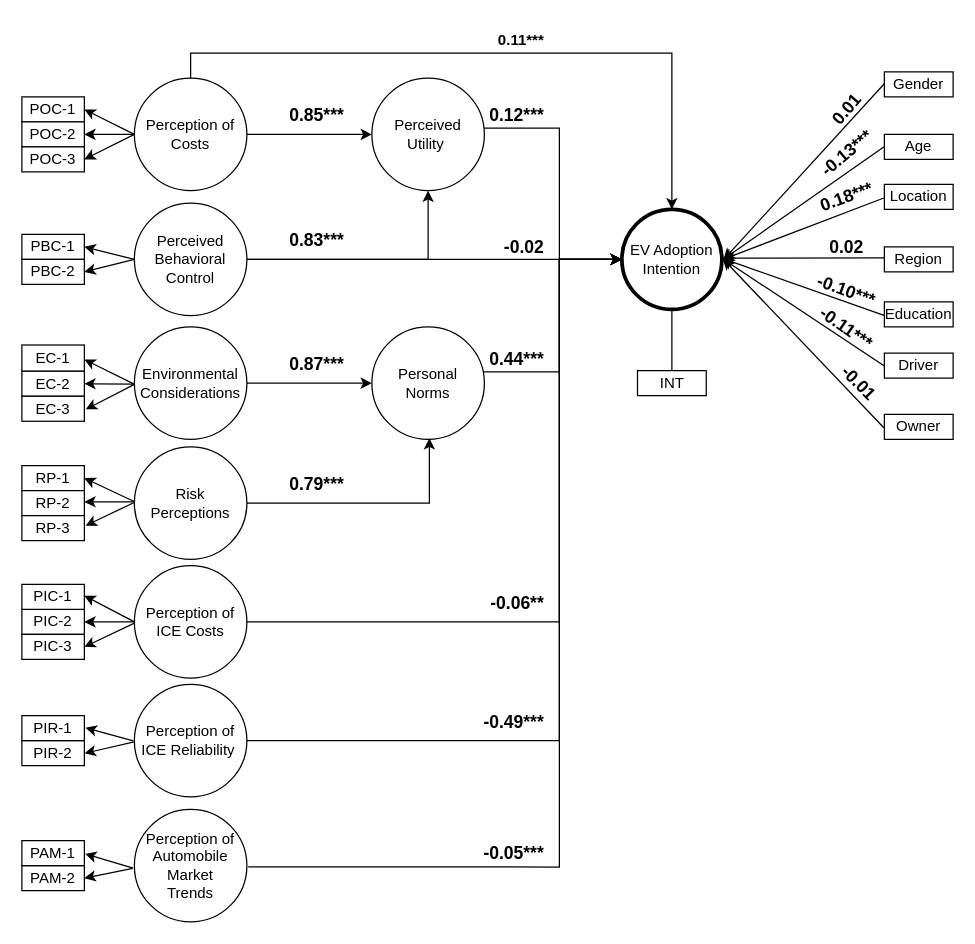
Earlier version of the draw.io diagram page "Page-1" (1 of 2) of final_path_diagram.drawio (ChullEPG/taxi-survey). Source tidied: cells renumbered, new cells numbered last; positions are measured from the earlier drawing's top-left corner, leaving out a move shared by most shapes. Both pictures are drawn from the tidied source at 125%, with x=0, y=0 at pixel (21, 21).
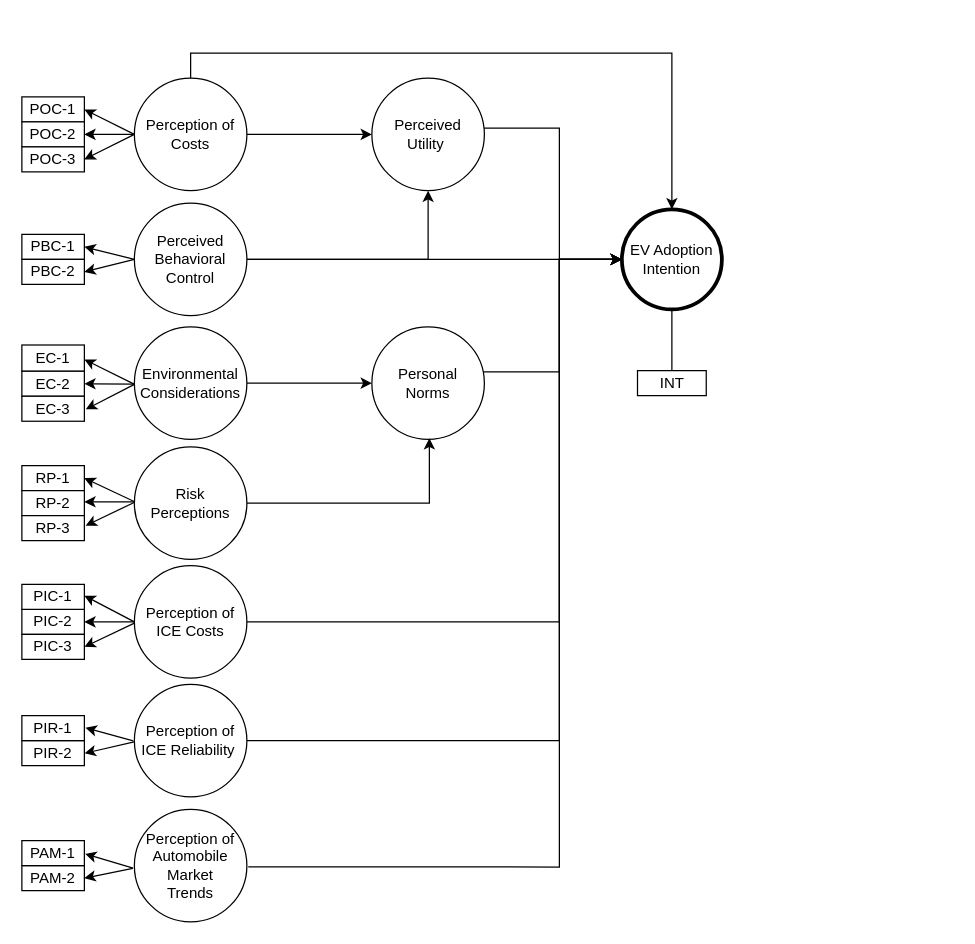
The same diagram, later.

The change refers to these unchanged cells:
```xml
<mxCell id="17" value="EV Adoption Intention" style="ellipse;whiteSpace=wrap;html=1;strokeWidth=3;" parent="1" vertex="1">
  <mxGeometry x="480" y="150" width="80" height="80" as="geometry" />
</mxCell>
```

Change to the diagram source:
```diff
@@
-    <mxCell id="2" value="0.01" style="text;strokeColor=none;align=center;fillColor=none;html=1;verticalAlign=middle;whiteSpace=wrap;rounded=0;rotation=-50;fontSize=14;fontStyle=1;" parent="1" vertex="1">
-      <mxGeometry x="630" y="55" width="60" height="30" as="geometry" />
-    </mxCell>
-    <mxCell id="3" value="-0.13***" style="text;strokeColor=none;align=center;fillColor=none;html=1;verticalAlign=middle;whiteSpace=wrap;rounded=0;rotation=-40;fontSize=14;fontStyle=1;" parent="1" vertex="1">
-      <mxGeometry x="630" y="90" width="60" height="30" as="geometry" />
-    </mxCell>
-    <mxCell id="4" value="0.18***" style="text;strokeColor=none;align=center;fillColor=none;html=1;verticalAlign=middle;whiteSpace=wrap;rounded=0;rotation=-20;fontSize=14;fontStyle=1;" parent="1" vertex="1">
-      <mxGeometry x="630" y="125" width="60" height="30" as="geometry" />
-    </mxCell>
-    <mxCell id="5" value="-0.10***" style="text;strokeColor=none;align=center;fillColor=none;html=1;verticalAlign=middle;whiteSpace=wrap;rounded=0;rotation=20;fontSize=14;fontStyle=1;" parent="1" vertex="1">
-      <mxGeometry x="630" y="200" width="60" height="30" as="geometry" />
-    </mxCell>
-    <mxCell id="6" value="0.02" style="text;strokeColor=none;align=center;fillColor=none;html=1;verticalAlign=middle;whiteSpace=wrap;rounded=0;rotation=0;fontSize=14;fontStyle=1;" parent="1" vertex="1">
-      <mxGeometry x="630" y="165" width="60" height="30" as="geometry" />
-    </mxCell>
-    <mxCell id="7" value="0.11***" style="text;align=right;html=1;verticalAlign=middle;whiteSpace=wrap;rounded=0;shadow=0;fillColor=default;gradientColor=none;opacity=60;fontStyle=1;" parent="1" vertex="1">
-      <mxGeometry x="360" width="60" height="30" as="geometry" />
-    </mxCell>
@@
-    <mxCell id="60" value="0.12***" style="text;strokeColor=none;align=right;fillColor=none;html=1;verticalAlign=middle;whiteSpace=wrap;rounded=0;fontStyle=1;fontSize=14;" parent="1" vertex="1">
-      <mxGeometry x="360" y="60" width="60" height="30" as="geometry" />
-    </mxCell>
-    <mxCell id="61" value="0.85***" style="text;strokeColor=none;align=right;fillColor=none;html=1;verticalAlign=middle;whiteSpace=wrap;rounded=0;fontStyle=1;fontSize=14;" parent="1" vertex="1">
-      <mxGeometry x="200" y="60" width="60" height="30" as="geometry" />
-    </mxCell>
-    <mxCell id="62" value="-0.02" style="text;strokeColor=none;align=right;fillColor=none;html=1;verticalAlign=middle;whiteSpace=wrap;rounded=0;fontStyle=1;fontSize=14;" parent="1" vertex="1">
-      <mxGeometry x="360" y="165" width="60" height="30" as="geometry" />
-    </mxCell>
-    <mxCell id="63" value="0.83***" style="text;strokeColor=none;align=right;fillColor=none;html=1;verticalAlign=middle;whiteSpace=wrap;rounded=0;fontStyle=1;fontSize=14;" parent="1" vertex="1">
-      <mxGeometry x="200" y="160" width="60" height="30" as="geometry" />
-    </mxCell>
-    <mxCell id="64" value="0.87***" style="text;strokeColor=none;align=right;fillColor=none;html=1;verticalAlign=middle;whiteSpace=wrap;rounded=0;fontStyle=1;fontSize=14;" parent="1" vertex="1">
-      <mxGeometry x="200" y="258.5" width="60" height="30" as="geometry" />
-    </mxCell>
-    <mxCell id="65" value="0.79***" style="text;strokeColor=none;align=right;fillColor=none;html=1;verticalAlign=middle;whiteSpace=wrap;rounded=0;fontStyle=1;fontSize=14;" parent="1" vertex="1">
-      <mxGeometry x="200" y="355" width="60" height="30" as="geometry" />
-    </mxCell>
-    <mxCell id="66" value="0.44***" style="text;strokeColor=none;align=right;fillColor=none;html=1;verticalAlign=middle;whiteSpace=wrap;rounded=0;fontStyle=1;fontSize=14;" parent="1" vertex="1">
-      <mxGeometry x="360" y="255" width="60" height="30" as="geometry" />
-    </mxCell>
-    <mxCell id="67" value="-0.49***" style="text;strokeColor=none;align=right;fillColor=none;html=1;verticalAlign=middle;whiteSpace=wrap;rounded=0;fontStyle=1;fontSize=14;" parent="1" vertex="1">
-      <mxGeometry x="360" y="545" width="60" height="30" as="geometry" />
-    </mxCell>
-    <mxCell id="68" value="-0.05***" style="text;strokeColor=none;align=right;fillColor=none;html=1;verticalAlign=middle;whiteSpace=wrap;rounded=0;fontStyle=1;fontSize=14;" parent="1" vertex="1">
-      <mxGeometry x="360" y="650" width="60" height="30" as="geometry" />
-    </mxCell>
-    <mxCell id="69" style="edgeStyle=none;rounded=0;jettySize=auto;html=1;entryX=1.016;entryY=0.504;entryDx=0;entryDy=0;entryPerimeter=0;exitX=-0.001;exitY=0.475;exitDx=0;exitDy=0;exitPerimeter=0;" parent="1" edge="1" source="70" target="17">
-      <mxGeometry relative="1" as="geometry" />
-    </mxCell>
-    <mxCell id="70" value="Gender" style="rounded=0;whiteSpace=wrap;html=1;" parent="1" vertex="1">
-      <mxGeometry x="690" y="40" width="55" height="20" as="geometry" />
-    </mxCell>
-    <mxCell id="71" style="edgeStyle=none;rounded=0;jettySize=auto;html=1;exitX=0.006;exitY=0.479;exitDx=0;exitDy=0;exitPerimeter=0;entryX=1.011;entryY=0.503;entryDx=0;entryDy=0;entryPerimeter=0;" parent="1" edge="1" source="72" target="17">
-      <mxGeometry relative="1" as="geometry" />
-    </mxCell>
-    <mxCell id="72" value="Age" style="rounded=0;whiteSpace=wrap;html=1;" parent="1" vertex="1">
-      <mxGeometry x="690" y="90" width="55" height="20" as="geometry" />
-    </mxCell>
-    <mxCell id="73" style="edgeStyle=none;rounded=0;jettySize=auto;html=1;entryX=1.009;entryY=0.501;entryDx=0;entryDy=0;entryPerimeter=0;exitX=-0.008;exitY=0.544;exitDx=0;exitDy=0;exitPerimeter=0;" parent="1" edge="1" source="74" target="17">
-      <mxGeometry relative="1" as="geometry" />
-    </mxCell>
-    <mxCell id="74" value="Location" style="rounded=0;whiteSpace=wrap;html=1;" parent="1" vertex="1">
-      <mxGeometry x="690" y="130" width="55" height="20" as="geometry" />
-    </mxCell>
-    <mxCell id="75" value="Region" style="rounded=0;whiteSpace=wrap;html=1;" parent="1" vertex="1">
-      <mxGeometry x="690" y="180" width="55" height="20" as="geometry" />
-    </mxCell>
-    <mxCell id="76" value="Education" style="rounded=0;whiteSpace=wrap;html=1;" parent="1" vertex="1">
-      <mxGeometry x="690" y="224" width="55" height="20" as="geometry" />
-    </mxCell>
-    <mxCell id="77" value="Driver" style="rounded=0;whiteSpace=wrap;html=1;" parent="1" vertex="1">
-      <mxGeometry x="690" y="265" width="55" height="20" as="geometry" />
-    </mxCell>
-    <mxCell id="78" value="Owner" style="rounded=0;whiteSpace=wrap;html=1;" parent="1" vertex="1">
-      <mxGeometry x="690" y="314" width="55" height="20" as="geometry" />
-    </mxCell>
-    <mxCell id="79" value="-0.11***" style="text;strokeColor=none;align=center;fillColor=none;html=1;verticalAlign=middle;whiteSpace=wrap;rounded=0;rotation=35;fontSize=14;fontStyle=1;" parent="1" vertex="1">
-      <mxGeometry x="630" y="230" width="60" height="30" as="geometry" />
-    </mxCell>
-    <mxCell id="80" value="-0.01" style="text;strokeColor=none;align=center;fillColor=none;html=1;verticalAlign=middle;whiteSpace=wrap;rounded=0;rotation=45;fontSize=14;fontStyle=1;" parent="1" vertex="1">
-      <mxGeometry x="640" y="274" width="60" height="30" as="geometry" />
-    </mxCell>
@@
-    <mxCell id="84" value="-0.06**" style="text;strokeColor=none;align=right;fillColor=none;html=1;verticalAlign=middle;whiteSpace=wrap;rounded=0;fontStyle=1;fontSize=14;" parent="1" vertex="1">
-      <mxGeometry x="360" y="450" width="60" height="30" as="geometry" />
-    </mxCell>
-    <mxCell id="85" style="edgeStyle=none;rounded=0;jettySize=auto;html=1;entryX=1.006;entryY=0.488;entryDx=0;entryDy=0;entryPerimeter=0;exitX=0.005;exitY=0.438;exitDx=0;exitDy=0;exitPerimeter=0;" parent="1" edge="1" source="75" target="17">
-      <mxGeometry relative="1" as="geometry" />
-    </mxCell>
-    <mxCell id="86" style="edgeStyle=none;rounded=0;jettySize=auto;html=1;exitX=-0.005;exitY=0.54;exitDx=0;exitDy=0;exitPerimeter=0;entryX=1.007;entryY=0.492;entryDx=0;entryDy=0;entryPerimeter=0;" parent="1" edge="1" source="76" target="17">
-      <mxGeometry relative="1" as="geometry" />
-    </mxCell>
-    <mxCell id="87" style="edgeStyle=none;rounded=0;jettySize=auto;html=1;entryX=1.005;entryY=0.492;entryDx=0;entryDy=0;entryPerimeter=0;exitX=0;exitY=0.511;exitDx=0;exitDy=0;exitPerimeter=0;" parent="1" edge="1" source="77" target="17">
-      <mxGeometry relative="1" as="geometry" />
-    </mxCell>
-    <mxCell id="88" style="edgeStyle=none;rounded=0;jettySize=auto;html=1;entryX=1.009;entryY=0.494;entryDx=0;entryDy=0;entryPerimeter=0;exitX=-0.008;exitY=0.534;exitDx=0;exitDy=0;exitPerimeter=0;" parent="1" edge="1" source="78" target="17">
-      <mxGeometry relative="1" as="geometry" />
-    </mxCell>
```
